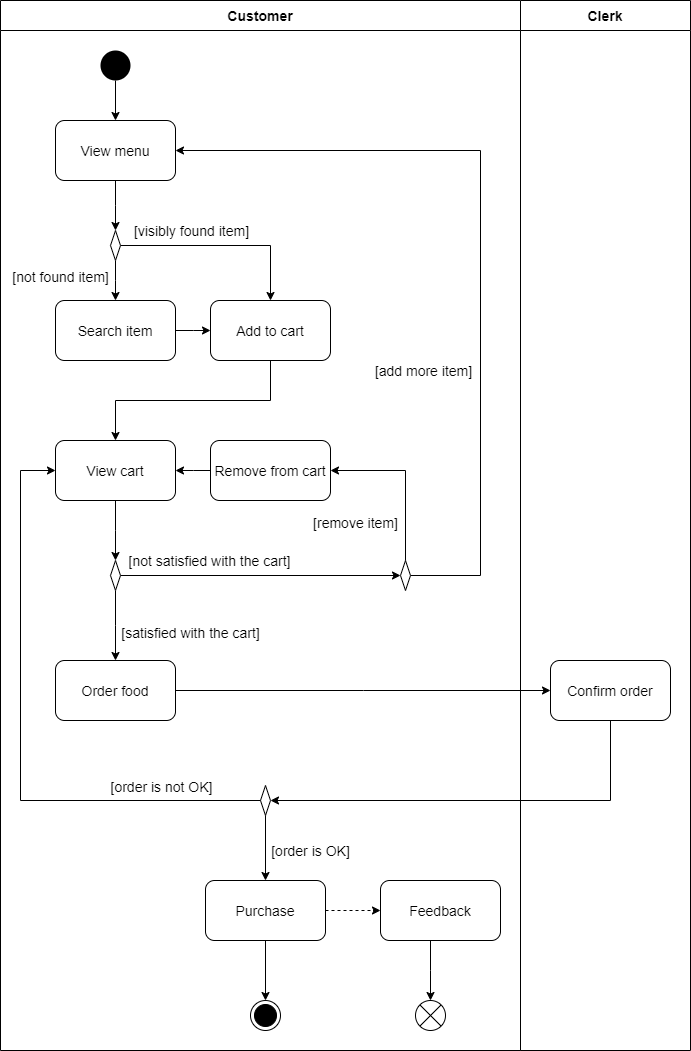
The draw.io diagram docs/images/activity.png in thanhtoan1742/OWCA_POS, before a commit. Source tidied: cells renumbered, new cells last; positions are measured from the earlier drawing's top-left corner, leaving out a move shared by most shapes. Source of this version:
```xml
<mxGraphModel>
  <root>
    <mxCell id="0" />
    <mxCell id="1" parent="0" />
    <mxCell id="2" value="Clerk" style="swimlane;startSize=30;fontSize=14;" parent="1" vertex="1">
      <mxGeometry x="520" width="170" height="1050" as="geometry" />
    </mxCell>
    <mxCell id="3" value="Confirm order" style="rounded=1;whiteSpace=wrap;html=1;fontSize=14;" parent="2" vertex="1">
      <mxGeometry x="30" y="660" width="120" height="60" as="geometry" />
    </mxCell>
    <mxCell id="4" value="Customer" style="swimlane;startSize=30;fontSize=14;" parent="1" vertex="1">
      <mxGeometry width="520" height="1050" as="geometry" />
    </mxCell>
    <mxCell id="5" value="Order food" style="rounded=1;whiteSpace=wrap;html=1;fontSize=14;" parent="4" vertex="1">
      <mxGeometry x="55" y="660" width="120" height="60" as="geometry" />
    </mxCell>
    <mxCell id="6" value="Remove from cart" style="rounded=1;whiteSpace=wrap;html=1;fontSize=14;" parent="4" vertex="1">
      <mxGeometry x="210" y="440" width="120" height="60" as="geometry" />
    </mxCell>
    <mxCell id="7" value="Feedback" style="rounded=1;whiteSpace=wrap;html=1;fontSize=14;" parent="4" vertex="1">
      <mxGeometry x="380" y="880" width="120" height="60" as="geometry" />
    </mxCell>
    <mxCell id="8" style="shape=sumEllipse;perimeter=ellipsePerimeter;whiteSpace=wrap;html=1;backgroundOutline=1;" parent="4" vertex="1">
      <mxGeometry x="415" y="1000" width="30" height="30" as="geometry" />
    </mxCell>
    <mxCell id="9" style="edgeStyle=elbowEdgeStyle;rounded=0;jettySize=auto;html=1;endArrow=classic;endFill=1;" parent="4" edge="1" source="7" target="8">
      <mxGeometry relative="1" as="geometry" />
    </mxCell>
    <mxCell id="10" value="Purchase" style="rounded=1;whiteSpace=wrap;html=1;fontSize=14;" parent="4" vertex="1">
      <mxGeometry x="205" y="880" width="120" height="60" as="geometry" />
    </mxCell>
    <mxCell id="11" style="edgeStyle=orthogonalEdgeStyle;rounded=0;jettySize=auto;html=1;fontSize=14;endArrow=classic;endFill=1;dashed=1;" parent="4" edge="1" source="10" target="7">
      <mxGeometry relative="1" as="geometry" />
    </mxCell>
    <mxCell id="12" style="ellipse;html=1;shape=endState;fillColor=#000000;strokeColor=#000000;fontSize=14;" parent="4" vertex="1">
      <mxGeometry x="250" y="1000" width="30" height="30" as="geometry" />
    </mxCell>
    <mxCell id="13" style="edgeStyle=orthogonalEdgeStyle;rounded=0;jettySize=auto;html=1;fontSize=14;endArrow=classic;endFill=1;" parent="4" edge="1" source="10" target="12">
      <mxGeometry relative="1" as="geometry" />
    </mxCell>
    <mxCell id="14" style="rhombus;whiteSpace=wrap;html=1;fontSize=14;" parent="4" vertex="1">
      <mxGeometry x="260" y="785" width="10" height="30" as="geometry" />
    </mxCell>
    <mxCell id="15" value="[order is OK]" style="edgeStyle=orthogonalEdgeStyle;rounded=0;jettySize=auto;html=1;fontSize=14;endArrow=classic;endFill=1;" parent="4" edge="1" source="14" target="10">
      <mxGeometry x="0.08" y="45" relative="1" as="geometry" />
    </mxCell>
    <mxCell id="16" style="edgeStyle=orthogonalEdgeStyle;rounded=0;jettySize=auto;html=1;fontSize=14;" parent="1" edge="1" source="17" target="20">
      <mxGeometry relative="1" as="geometry" />
    </mxCell>
    <mxCell id="17" style="ellipse;fillColor=#000000;strokeColor=none;fontSize=14;" parent="1" vertex="1">
      <mxGeometry x="100" y="50" width="30" height="30" as="geometry" />
    </mxCell>
    <mxCell id="18" style="edgeStyle=elbowEdgeStyle;rounded=0;jettySize=auto;html=1;endArrow=classic;endFill=1;fontSize=14;" parent="1" edge="1" source="20" target="24">
      <mxGeometry relative="1" as="geometry" />
    </mxCell>
    <mxCell id="19" value="[visibly found item]" style="edgeStyle=elbowEdgeStyle;rounded=0;jettySize=auto;html=1;endArrow=classic;endFill=1;fontSize=14;" parent="1" edge="1" source="24" target="26">
      <mxGeometry x="-0.32" y="15" relative="1" as="geometry">
        <Array as="points">
          <mxPoint x="270" y="330" />
        </Array>
        <mxPoint x="1" as="offset" />
      </mxGeometry>
    </mxCell>
    <mxCell id="20" value="View menu" style="rounded=1;whiteSpace=wrap;html=1;fontSize=14;" parent="1" vertex="1">
      <mxGeometry x="55" y="120" width="120" height="60" as="geometry" />
    </mxCell>
    <mxCell id="21" style="edgeStyle=elbowEdgeStyle;rounded=0;jettySize=auto;html=1;fontSize=14;endArrow=classic;endFill=1;" parent="1" edge="1" source="22" target="26">
      <mxGeometry relative="1" as="geometry" />
    </mxCell>
    <mxCell id="22" value="Search item" style="rounded=1;whiteSpace=wrap;html=1;fontSize=14;" parent="1" vertex="1">
      <mxGeometry x="55" y="300" width="120" height="60" as="geometry" />
    </mxCell>
    <mxCell id="23" value="[not found item]" style="edgeStyle=elbowEdgeStyle;rounded=0;jettySize=auto;html=1;endArrow=classic;endFill=1;fontSize=14;" parent="1" edge="1" source="24" target="22">
      <mxGeometry x="-0.2" y="-55" relative="1" as="geometry" />
    </mxCell>
    <mxCell id="24" style="rhombus;whiteSpace=wrap;html=1;fontSize=14;" parent="1" vertex="1">
      <mxGeometry x="110" y="230" width="10" height="30" as="geometry" />
    </mxCell>
    <mxCell id="25" style="edgeStyle=elbowEdgeStyle;rounded=0;jettySize=auto;html=1;fontSize=14;endArrow=classic;endFill=1;elbow=vertical;" parent="1" edge="1" source="26" target="38">
      <mxGeometry relative="1" as="geometry" />
    </mxCell>
    <mxCell id="26" value="Add to cart" style="rounded=1;whiteSpace=wrap;html=1;fontSize=14;" parent="1" vertex="1">
      <mxGeometry x="210" y="300" width="120" height="60" as="geometry" />
    </mxCell>
    <mxCell id="27" value="[not satisfied with the cart]" style="edgeStyle=orthogonalEdgeStyle;rounded=0;jettySize=auto;html=1;fontSize=14;endArrow=classic;endFill=1;" parent="1" edge="1" source="29" target="34">
      <mxGeometry x="-0.36" y="15" relative="1" as="geometry">
        <mxPoint x="-1" as="offset" />
      </mxGeometry>
    </mxCell>
    <mxCell id="28" value="[satisfied with the cart]" style="edgeStyle=elbowEdgeStyle;rounded=0;jettySize=auto;html=1;fontSize=14;endArrow=classic;endFill=1;" parent="1" edge="1" source="29" target="5">
      <mxGeometry x="0.21" y="75" relative="1" as="geometry" />
    </mxCell>
    <mxCell id="29" style="rhombus;whiteSpace=wrap;html=1;fontSize=14;" parent="1" vertex="1">
      <mxGeometry x="110" y="560" width="10" height="30" as="geometry" />
    </mxCell>
    <mxCell id="30" style="edgeStyle=elbowEdgeStyle;rounded=0;jettySize=auto;html=1;fontSize=14;endArrow=classic;endFill=1;" parent="1" edge="1" source="5" target="3">
      <mxGeometry relative="1" as="geometry" />
    </mxCell>
    <mxCell id="31" style="edgeStyle=elbowEdgeStyle;rounded=0;jettySize=auto;html=1;fontSize=14;endArrow=classic;endFill=1;" parent="1" edge="1" source="3" target="14">
      <mxGeometry relative="1" as="geometry">
        <Array as="points">
          <mxPoint x="610" y="800" />
          <mxPoint x="580" y="750" />
        </Array>
      </mxGeometry>
    </mxCell>
    <mxCell id="32" value="[order is not OK]" style="edgeStyle=elbowEdgeStyle;rounded=0;jettySize=auto;html=1;fontSize=14;endArrow=classic;endFill=1;" parent="1" edge="1" source="14" target="38">
      <mxGeometry x="-0.68" y="-14" relative="1" as="geometry">
        <Array as="points">
          <mxPoint x="20" y="630" />
        </Array>
        <mxPoint x="-1" as="offset" />
      </mxGeometry>
    </mxCell>
    <mxCell id="33" value="[add more item]" style="edgeStyle=elbowEdgeStyle;rounded=0;jettySize=auto;html=1;fontSize=14;endArrow=classic;endFill=1;" parent="1" edge="1" source="34" target="20">
      <mxGeometry x="-0.31" y="57" relative="1" as="geometry">
        <Array as="points">
          <mxPoint x="480" y="390" />
        </Array>
      </mxGeometry>
    </mxCell>
    <mxCell id="34" style="rhombus;whiteSpace=wrap;html=1;fontSize=14;" parent="1" vertex="1">
      <mxGeometry x="400" y="560" width="10" height="30" as="geometry" />
    </mxCell>
    <mxCell id="35" style="edgeStyle=elbowEdgeStyle;rounded=0;jettySize=auto;html=1;fontSize=14;endArrow=classic;endFill=1;" parent="1" edge="1" source="6" target="38">
      <mxGeometry relative="1" as="geometry" />
    </mxCell>
    <mxCell id="36" value="[remove item]" style="edgeStyle=elbowEdgeStyle;rounded=0;jettySize=auto;html=1;fontSize=14;endArrow=classic;endFill=1;" parent="1" edge="1" source="34" target="6">
      <mxGeometry x="-0.55" y="50" relative="1" as="geometry">
        <Array as="points">
          <mxPoint x="405" y="520" />
          <mxPoint x="550" y="510" />
          <mxPoint x="485" y="530" />
        </Array>
        <mxPoint y="-1" as="offset" />
      </mxGeometry>
    </mxCell>
    <mxCell id="37" style="edgeStyle=elbowEdgeStyle;rounded=0;jettySize=auto;html=1;fontSize=14;endArrow=classic;endFill=1;" parent="1" edge="1" source="38" target="29">
      <mxGeometry relative="1" as="geometry" />
    </mxCell>
    <mxCell id="38" value="View cart" style="rounded=1;whiteSpace=wrap;html=1;fontSize=14;" parent="1" vertex="1">
      <mxGeometry x="55" y="440" width="120" height="60" as="geometry" />
    </mxCell>
  </root>
</mxGraphModel>
```
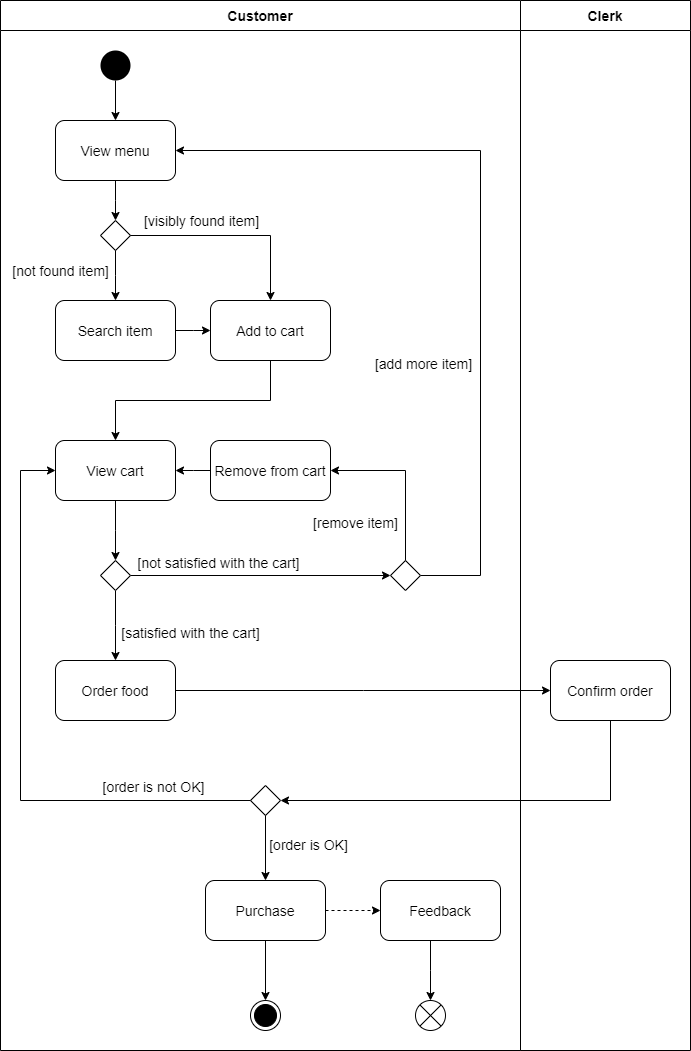
After the change.

What changed in the source:
```diff
@@ -39,11 +39,14 @@
       <mxGeometry relative="1" as="geometry" />
     </mxCell>
     <mxCell id="14" style="rhombus;whiteSpace=wrap;html=1;fontSize=14;" parent="4" vertex="1">
-      <mxGeometry x="260" y="785" width="10" height="30" as="geometry" />
+      <mxGeometry x="250" y="785" width="30" height="30" as="geometry" />
     </mxCell>
     <mxCell id="15" value="[order is OK]" style="edgeStyle=orthogonalEdgeStyle;rounded=0;jettySize=auto;html=1;fontSize=14;endArrow=classic;endFill=1;" parent="4" edge="1" source="14" target="10">
-      <mxGeometry x="0.08" y="45" relative="1" as="geometry" />
+      <mxGeometry x="-0.11" y="43" relative="1" as="geometry" />
     </mxCell>
+    <mxCell id="24" style="rhombus;whiteSpace=wrap;html=1;fontSize=14;" parent="4" vertex="1">
+      <mxGeometry x="100" y="220" width="30" height="30" as="geometry" />
+    </mxCell>
     <mxCell id="16" style="edgeStyle=orthogonalEdgeStyle;rounded=0;jettySize=auto;html=1;fontSize=14;" parent="1" edge="1" source="17" target="20">
       <mxGeometry relative="1" as="geometry" />
     </mxCell>
@@ -73,9 +76,6 @@
     <mxCell id="23" value="[not found item]" style="edgeStyle=elbowEdgeStyle;rounded=0;jettySize=auto;html=1;endArrow=classic;endFill=1;fontSize=14;" parent="1" edge="1" source="24" target="22">
       <mxGeometry x="-0.2" y="-55" relative="1" as="geometry" />
     </mxCell>
-    <mxCell id="24" style="rhombus;whiteSpace=wrap;html=1;fontSize=14;" parent="1" vertex="1">
-      <mxGeometry x="110" y="230" width="10" height="30" as="geometry" />
-    </mxCell>
     <mxCell id="25" style="edgeStyle=elbowEdgeStyle;rounded=0;jettySize=auto;html=1;fontSize=14;endArrow=classic;endFill=1;elbow=vertical;" parent="1" edge="1" source="26" target="38">
       <mxGeometry relative="1" as="geometry" />
     </mxCell>
@@ -83,15 +83,13 @@
       <mxGeometry x="210" y="300" width="120" height="60" as="geometry" />
     </mxCell>
     <mxCell id="27" value="[not satisfied with the cart]" style="edgeStyle=orthogonalEdgeStyle;rounded=0;jettySize=auto;html=1;fontSize=14;endArrow=classic;endFill=1;" parent="1" edge="1" source="29" target="34">
-      <mxGeometry x="-0.36" y="15" relative="1" as="geometry">
-        <mxPoint x="-1" as="offset" />
-      </mxGeometry>
+      <mxGeometry x="-0.32" y="13" relative="1" as="geometry" />
     </mxCell>
     <mxCell id="28" value="[satisfied with the cart]" style="edgeStyle=elbowEdgeStyle;rounded=0;jettySize=auto;html=1;fontSize=14;endArrow=classic;endFill=1;" parent="1" edge="1" source="29" target="5">
       <mxGeometry x="0.21" y="75" relative="1" as="geometry" />
     </mxCell>
     <mxCell id="29" style="rhombus;whiteSpace=wrap;html=1;fontSize=14;" parent="1" vertex="1">
-      <mxGeometry x="110" y="560" width="10" height="30" as="geometry" />
+      <mxGeometry x="100" y="560" width="30" height="30" as="geometry" />
     </mxCell>
     <mxCell id="30" style="edgeStyle=elbowEdgeStyle;rounded=0;jettySize=auto;html=1;fontSize=14;endArrow=classic;endFill=1;" parent="1" edge="1" source="5" target="3">
       <mxGeometry relative="1" as="geometry" />
@@ -120,7 +118,7 @@
       </mxGeometry>
     </mxCell>
     <mxCell id="34" style="rhombus;whiteSpace=wrap;html=1;fontSize=14;" parent="1" vertex="1">
-      <mxGeometry x="400" y="560" width="10" height="30" as="geometry" />
+      <mxGeometry x="390" y="560" width="30" height="30" as="geometry" />
     </mxCell>
     <mxCell id="35" style="edgeStyle=elbowEdgeStyle;rounded=0;jettySize=auto;html=1;fontSize=14;endArrow=classic;endFill=1;" parent="1" edge="1" source="6" target="38">
       <mxGeometry relative="1" as="geometry" />
```
